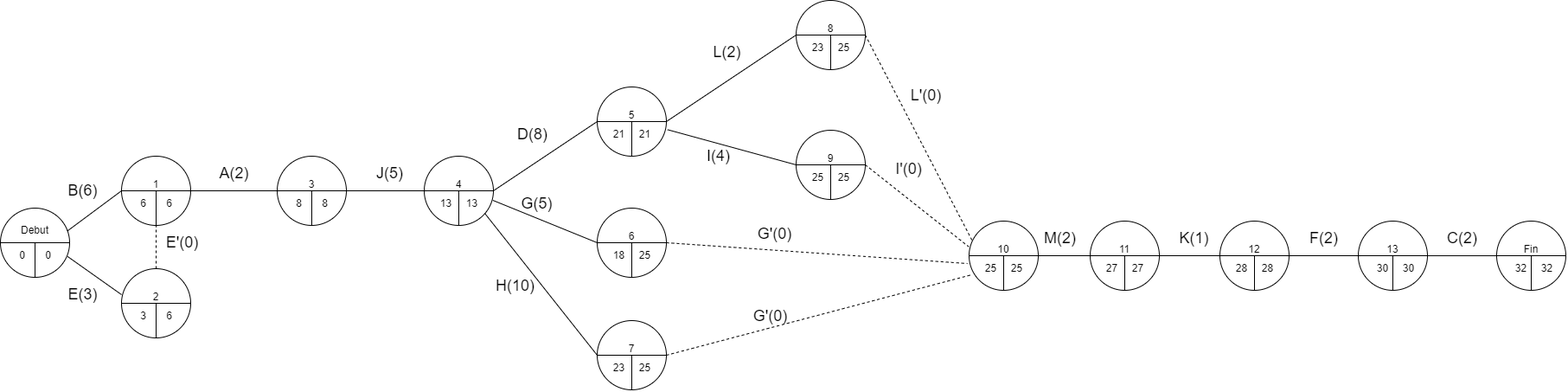
Drleet/Java-Exercices keeps this draw.io diagram as DAI2020/Expert.drawio.png. Above is the earlier version. Source tidied: cells renumbered, new cells last; positions are measured from the earlier drawing's top-left corner, leaving out a move shared by most shapes.
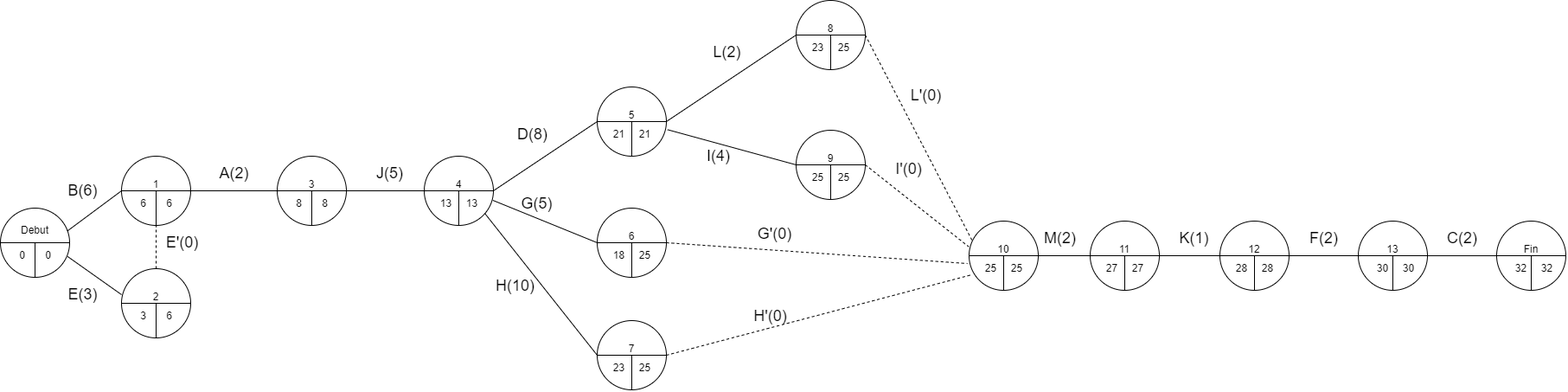
Later version of the same file.

The edit, as a diff of the source:
```diff
@@ -371,7 +371,7 @@
     <mxCell id="111" value="&lt;font style=&quot;font-size: 18px;&quot;&gt;G'(0)&lt;/font&gt;" style="text;html=1;align=center;verticalAlign=middle;strokeColor=none;fillColor=none;" parent="1" vertex="1">
       <mxGeometry x="865" y="250" width="60" height="40" as="geometry" />
     </mxCell>
-    <mxCell id="112" value="&lt;font style=&quot;font-size: 18px;&quot;&gt;G'(0)&lt;/font&gt;" style="text;html=1;align=center;verticalAlign=middle;strokeColor=none;fillColor=none;" parent="1" vertex="1">
+    <mxCell id="112" value="&lt;font style=&quot;font-size: 18px;&quot;&gt;H'(0)&lt;/font&gt;" style="text;html=1;align=center;verticalAlign=middle;strokeColor=none;fillColor=none;" parent="1" vertex="1">
       <mxGeometry x="860" y="345" width="60" height="40" as="geometry" />
     </mxCell>
   </root>
```
